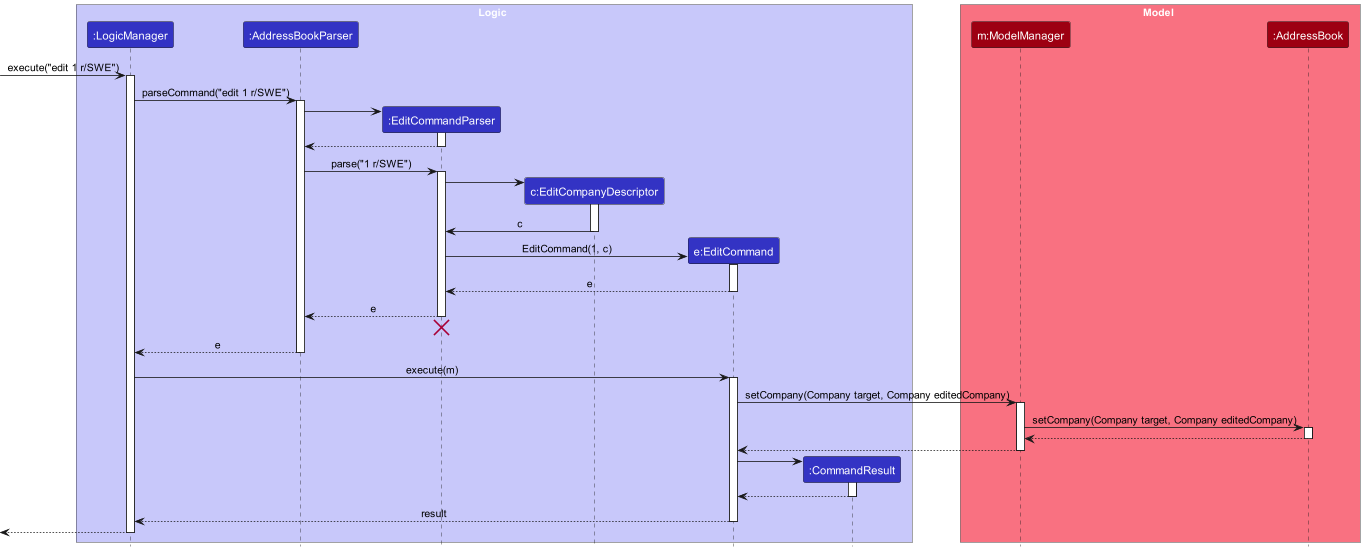
Earlier version of the PlantUML export docs/images/EditSequenceDiagram.png (tayruxin/tp).
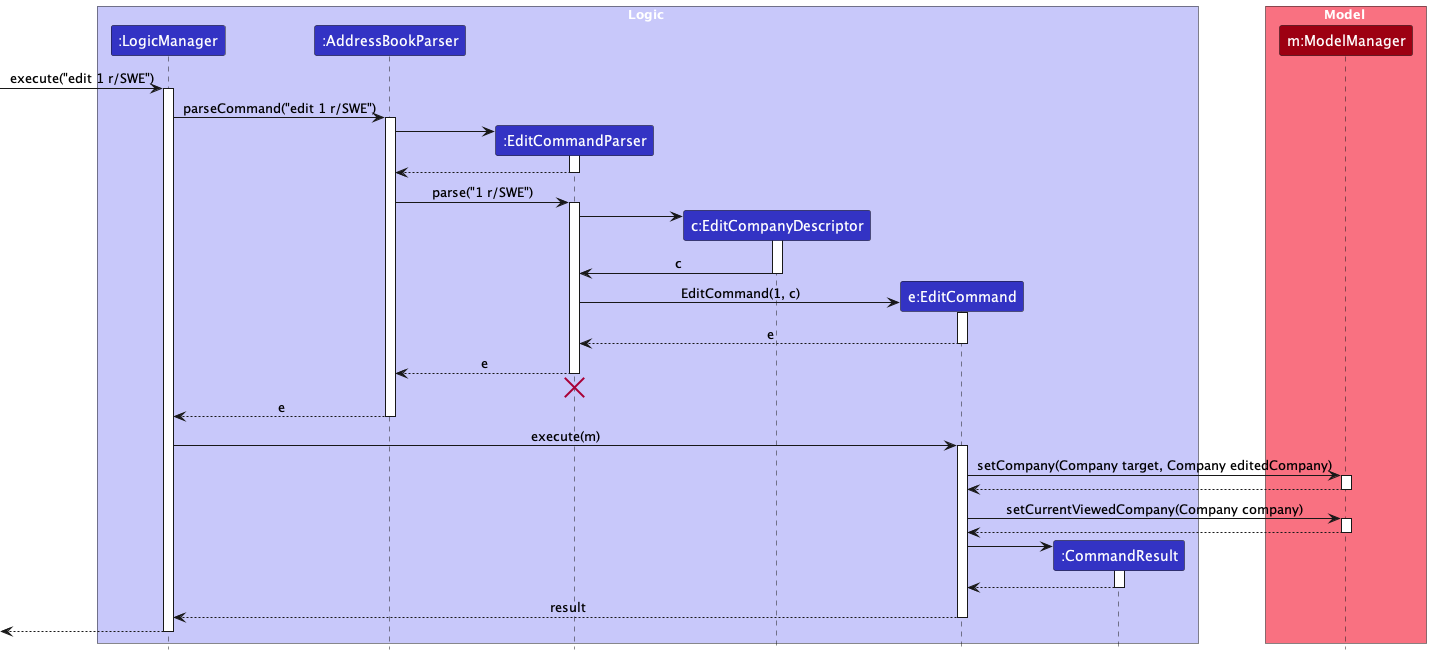
Above is the later version.

Diff of the diagram source:
```diff
@@ -15,7 +15,6 @@
 
 box Model MODEL_COLOR_T1
 participant "m:ModelManager" as Model MODEL_COLOR
-participant ":AddressBook" as AddressBook MODEL_COLOR
 end box
 
 [-> LogicManager : execute("edit 1 r/SWE")
@@ -62,11 +61,11 @@
 EditCommand -> Model : setCompany(Company target, Company editedCompany)
 activate Model
 
-Model -> AddressBook : setCompany(Company target, Company editedCompany)
-activate AddressBook
+Model --> EditCommand
+deactivate Model
 
-AddressBook --> Model
-deactivate AddressBook
+EditCommand -> Model : setCurrentViewedCompany(Company company)
+activate Model
 
 Model --> EditCommand
 deactivate Model
```
